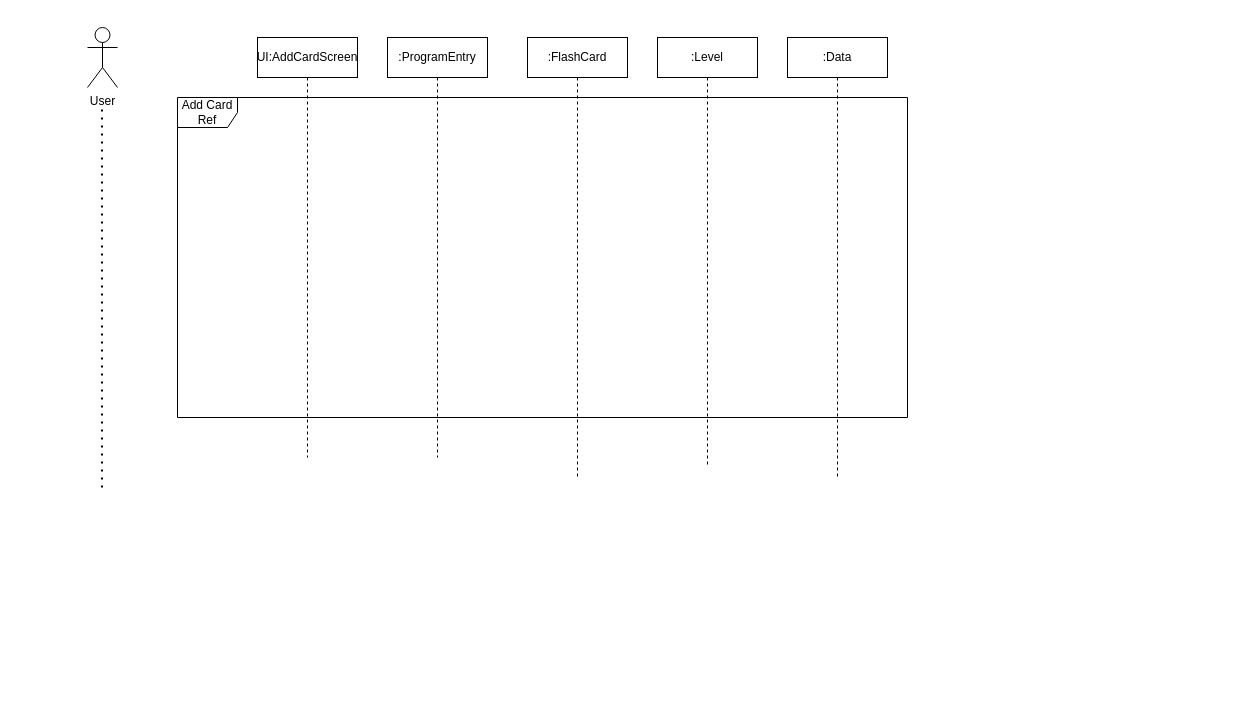
Earlier version of the draw.io diagram FlashCardSequence.drawio (wasimic311/uml). Source tidied: cells renumbered, new cells numbered last; positions are measured from the earlier drawing's top-left corner, leaving out a move shared by most shapes. Both pictures are drawn from the tidied source at 100%, with x=0, y=0 at pixel (87, 27).
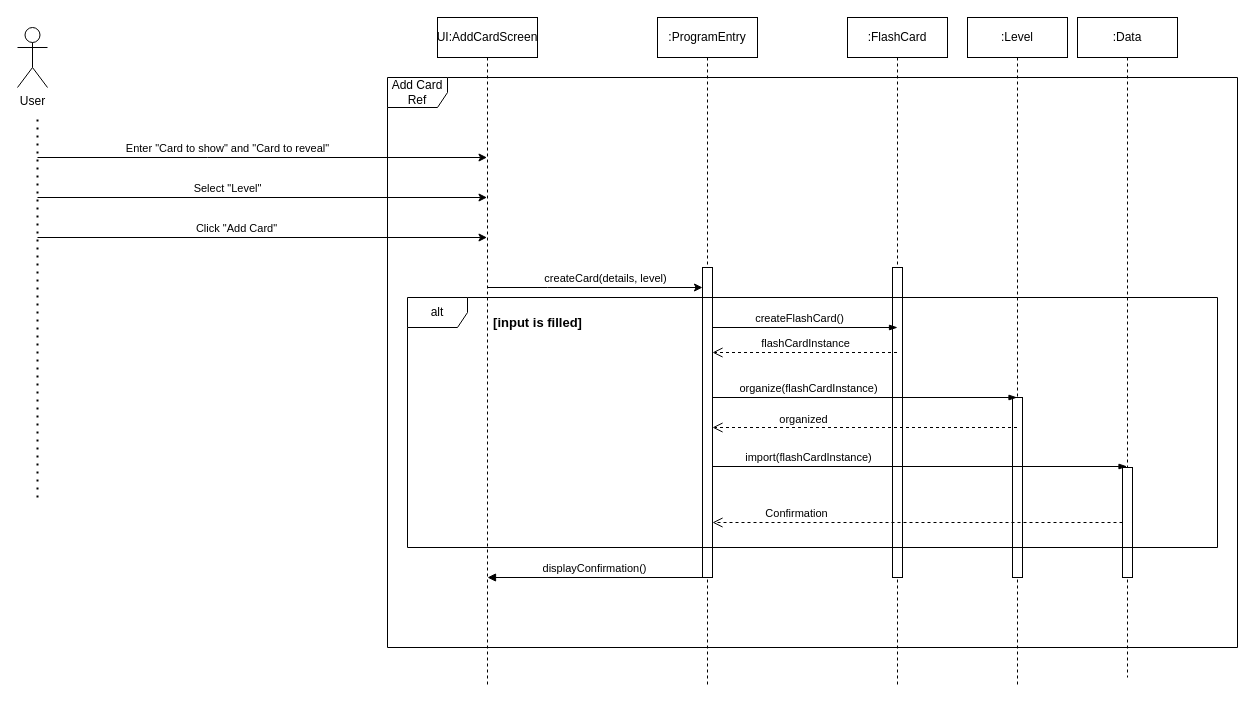
After the change.

Change to the diagram source:
```diff
@@
     <mxCell id="2" value="UI:AddCardScreen" style="shape=umlLifeline;perimeter=lifelinePerimeter;whiteSpace=wrap;html=1;outlineConnect=0;portConstraint=eastwest;newEdgeStyle={&quot;edgeStyle&quot;:&quot;elbowEdgeStyle&quot;,&quot;elbow&quot;:&quot;vertical&quot;,&quot;curved&quot;:0,&quot;rounded&quot;:0};" parent="1" vertex="1">
-      <mxGeometry x="170" y="10" width="100" height="420" as="geometry" />
+      <mxGeometry x="350" y="-10" width="100" height="670" as="geometry" />
     </mxCell>
     <mxCell id="3" value=":ProgramEntry" style="shape=umlLifeline;perimeter=lifelinePerimeter;whiteSpace=wrap;html=1;newEdgeStyle={&quot;edgeStyle&quot;:&quot;elbowEdgeStyle&quot;,&quot;elbow&quot;:&quot;vertical&quot;,&quot;curved&quot;:0,&quot;rounded&quot;:0};" parent="1" vertex="1">
-      <mxGeometry x="300" y="10" width="100" height="420" as="geometry" />
+      <mxGeometry x="570" y="-10" width="100" height="670" as="geometry" />
     </mxCell>
     <mxCell id="4" value="Add Card Ref" style="shape=umlFrame;whiteSpace=wrap;html=1;" parent="1" vertex="1">
-      <mxGeometry x="90" y="70" width="730" height="320" as="geometry" />
+      <mxGeometry x="300" y="50" width="850" height="570" as="geometry" />
     </mxCell>
     <mxCell id="5" value=":FlashCard" style="shape=umlLifeline;perimeter=lifelinePerimeter;whiteSpace=wrap;html=1;outlineConnect=0;portConstraint=eastwest;newEdgeStyle={&quot;curved&quot;:0,&quot;rounded&quot;:0};" parent="1" vertex="1">
-      <mxGeometry x="440" y="10" width="100" height="440" as="geometry" />
+      <mxGeometry x="760" y="-10" width="100" height="670" as="geometry" />
     </mxCell>
+    <mxCell id="10" style="html=1;perimeter=orthogonalPerimeter;targetShapes=umlLifeline;newEdgeStyle={&quot;curved&quot;:0,&quot;rounded&quot;:0};" parent="5" vertex="1">
+      <mxGeometry x="45" y="250" width="10" height="310" as="geometry" />
+    </mxCell>
     <mxCell id="6" value=":Level" style="shape=umlLifeline;perimeter=lifelinePerimeter;whiteSpace=wrap;html=1;outlineConnect=0;portConstraint=eastwest;newEdgeStyle={&quot;curved&quot;:0,&quot;rounded&quot;:0};" parent="1" vertex="1">
-      <mxGeometry x="570" y="10" width="100" height="430" as="geometry" />
+      <mxGeometry x="880" y="-10" width="100" height="670" as="geometry" />
     </mxCell>
+    <mxCell id="11" style="html=1;perimeter=orthogonalPerimeter;targetShapes=umlLifeline;newEdgeStyle={&quot;curved&quot;:0,&quot;rounded&quot;:0};" parent="6" vertex="1">
+      <mxGeometry x="45" y="380" width="10" height="180" as="geometry" />
+    </mxCell>
     <mxCell id="7" value=":Data" style="shape=umlLifeline;perimeter=lifelinePerimeter;whiteSpace=wrap;html=1;outlineConnect=0;portConstraint=eastwest;newEdgeStyle={&quot;curved&quot;:0,&quot;rounded&quot;:0};" parent="1" vertex="1">
-      <mxGeometry x="700" y="10" width="100" height="440" as="geometry" />
+      <mxGeometry x="990" y="-10" width="100" height="660" as="geometry" />
     </mxCell>
+    <mxCell id="12" style="html=1;points=[[0,0,0,0,5],[0,1,0,0,-5],[1,0,0,0,5],[1,1,0,0,-5]];perimeter=orthogonalPerimeter;outlineConnect=0;targetShapes=umlLifeline;portConstraint=eastwest;newEdgeStyle={&quot;curved&quot;:0,&quot;rounded&quot;:0};" parent="7" vertex="1">
+      <mxGeometry x="45" y="450" width="10" height="110" as="geometry" />
+    </mxCell>
     <mxCell id="8" value="User" style="shape=umlActor;verticalLabelPosition=bottom;verticalAlign=top;html=1;" parent="1" vertex="1">
-      <mxGeometry width="30" height="60" as="geometry" />
+      <mxGeometry x="-70" width="30" height="60" as="geometry" />
     </mxCell>
     <mxCell id="9" style="endArrow=none;dashed=1;html=1;dashPattern=1 3;strokeWidth=2;rounded=0;" parent="1" edge="1">
       <mxGeometry relative="1" as="geometry">
-        <mxPoint x="14.5" y="460" as="sourcePoint" />
-        <mxPoint x="14.5" y="80" as="targetPoint" />
+        <mxPoint x="-50" y="470" as="sourcePoint" />
+        <mxPoint x="-50" y="90" as="targetPoint" />
       </mxGeometry>
     </mxCell>
+    <mxCell id="13" style="endArrow=classic;html=1;rounded=0;" parent="1" edge="1" target="2">
+      <mxGeometry relative="1" as="geometry">
+        <mxPoint x="-50" y="130" as="sourcePoint" />
+        <Array as="points">
+          <mxPoint x="120" y="130" />
+        </Array>
+      </mxGeometry>
+    </mxCell>
+    <mxCell id="14" value="Enter &quot;Card to show&quot; and &quot;Card to reveal&quot;" style="edgeLabel;html=1;align=center;verticalAlign=middle;" parent="13" vertex="1">
+      <mxGeometry x="-0.36" y="-3" relative="1" as="geometry">
+        <mxPoint x="45" y="-13" as="offset" />
+      </mxGeometry>
+    </mxCell>
+    <mxCell id="15" style="endArrow=classic;html=1;rounded=0;" parent="1" edge="1" target="2">
+      <mxGeometry relative="1" as="geometry">
+        <mxPoint x="-50" y="170" as="sourcePoint" />
+      </mxGeometry>
+    </mxCell>
+    <mxCell id="16" value="Select &quot;Level&quot;" style="edgeLabel;html=1;align=center;verticalAlign=middle;" parent="15" vertex="1">
+      <mxGeometry x="-0.11" y="4" relative="1" as="geometry">
+        <mxPoint x="-11" y="-6" as="offset" />
+      </mxGeometry>
+    </mxCell>
+    <mxCell id="17" style="endArrow=classic;html=1;rounded=0;" parent="1" edge="1" target="2">
+      <mxGeometry relative="1" as="geometry">
+        <mxPoint x="-50" y="210" as="sourcePoint" />
+      </mxGeometry>
+    </mxCell>
+    <mxCell id="18" value="Click &quot;Add Card&quot;" style="edgeLabel;html=1;align=center;verticalAlign=middle;" parent="17" vertex="1">
+      <mxGeometry x="-0.12" relative="1" as="geometry">
+        <mxPoint y="-10" as="offset" />
+      </mxGeometry>
+    </mxCell>
+    <mxCell id="19" style="endArrow=classic;html=1;rounded=0;" parent="1" edge="1">
+      <mxGeometry relative="1" as="geometry">
+        <mxPoint x="400" y="260" as="sourcePoint" />
+        <mxPoint x="615" y="260" as="targetPoint" />
+        <Array as="points">
+          <mxPoint x="460" y="260" />
+        </Array>
+      </mxGeometry>
+    </mxCell>
+    <mxCell id="20" value="createCard(details, level)" style="edgeLabel;html=1;align=center;verticalAlign=middle;" parent="19" vertex="1">
+      <mxGeometry x="0.17" relative="1" as="geometry">
+        <mxPoint x="-9" y="-10" as="offset" />
+      </mxGeometry>
+    </mxCell>
+    <mxCell id="21" style="html=1;points=[[0,0,0,0,5],[0,1,0,0,-5],[1,0,0,0,5],[1,1,0,0,-5]];perimeter=orthogonalPerimeter;outlineConnect=0;targetShapes=umlLifeline;portConstraint=eastwest;newEdgeStyle={&quot;curved&quot;:0,&quot;rounded&quot;:0};" parent="1" vertex="1">
+      <mxGeometry x="615" y="240" width="10" height="310" as="geometry" />
+    </mxCell>
+    <mxCell id="22" style="fontSize=12;html=1;endArrow=blockThin;endFill=1;rounded=0;" parent="1" edge="1">
+      <mxGeometry relative="1" as="geometry">
+        <mxPoint x="625" y="300" as="sourcePoint" />
+        <mxPoint x="810" y="300" as="targetPoint" />
+      </mxGeometry>
+    </mxCell>
+    <mxCell id="23" value="createFlashCard()" style="edgeLabel;html=1;align=center;verticalAlign=middle;" parent="22" vertex="1">
+      <mxGeometry x="-0.07" y="1" relative="1" as="geometry">
+        <mxPoint y="-9" as="offset" />
+      </mxGeometry>
+    </mxCell>
+    <mxCell id="24" value="flashCardInstance" style="html=1;verticalAlign=bottom;endArrow=open;dashed=1;endSize=8;curved=0;rounded=0;" parent="1" edge="1" source="5" target="21">
+      <mxGeometry relative="1" as="geometry" />
+    </mxCell>
+    <mxCell id="25" style="fontSize=12;html=1;endArrow=blockThin;endFill=1;rounded=0;exitX=0.26;exitY=0.338;exitDx=0;exitDy=0;exitPerimeter=0;" parent="1" edge="1" target="6">
+      <mxGeometry relative="1" as="geometry">
+        <mxPoint x="625" y="370" as="sourcePoint" />
+      </mxGeometry>
+    </mxCell>
+    <mxCell id="26" value="organize(flashCardInstance)" style="edgeLabel;html=1;align=center;verticalAlign=middle;" parent="25" vertex="1">
+      <mxGeometry x="-0.07" y="1" relative="1" as="geometry">
+        <mxPoint x="-47" y="-9" as="offset" />
+      </mxGeometry>
+    </mxCell>
+    <mxCell id="27" value="organized" style="html=1;verticalAlign=bottom;endArrow=open;dashed=1;endSize=8;curved=0;rounded=0;" parent="1" edge="1" target="21">
+      <mxGeometry x="0.41" y="1" relative="1" as="geometry">
+        <mxPoint x="929.5" y="400" as="sourcePoint" />
+        <mxPoint x="1" as="offset" />
+      </mxGeometry>
+    </mxCell>
+    <mxCell id="28" style="fontSize=12;html=1;endArrow=blockThin;endFill=1;rounded=0;" parent="1" edge="1" target="7">
+      <mxGeometry relative="1" as="geometry">
+        <mxPoint x="625" y="439" as="sourcePoint" />
+      </mxGeometry>
+    </mxCell>
+    <mxCell id="29" value="import(flashCardInstance)" style="edgeLabel;html=1;align=center;verticalAlign=middle;" parent="28" vertex="1">
+      <mxGeometry x="-0.07" y="1" relative="1" as="geometry">
+        <mxPoint x="-98" y="-9" as="offset" />
+      </mxGeometry>
+    </mxCell>
+    <mxCell id="30" value="Confirmation" style="html=1;verticalAlign=bottom;endArrow=open;dashed=1;endSize=8;curved=0;rounded=0;" parent="1" edge="1" source="12" target="21">
+      <mxGeometry x="0.59" relative="1" as="geometry" />
+    </mxCell>
+    <mxCell id="31" value="displayConfirmation()" style="html=1;verticalAlign=bottom;endArrow=block;curved=0;rounded=0;" parent="1" edge="1">
+      <mxGeometry relative="1" as="geometry">
+        <mxPoint x="615" y="550" as="sourcePoint" />
+        <mxPoint x="400" y="550" as="targetPoint" />
+      </mxGeometry>
+    </mxCell>
+    <mxCell id="32" value="alt" style="shape=umlFrame;whiteSpace=wrap;html=1;" parent="1" vertex="1">
+      <mxGeometry x="320" y="270" width="810" height="250" as="geometry" />
+    </mxCell>
+    <mxCell id="33" value="&lt;font style=&quot;font-size: 13px;&quot;&gt;&lt;b&gt;[input is filled]&lt;/b&gt;&lt;/font&gt;" style="text;html=1;align=center;verticalAlign=middle;strokeColor=none;fillColor=none;" parent="1" vertex="1">
+      <mxGeometry x="395" y="280" width="110" height="30" as="geometry" />
+    </mxCell>
```
